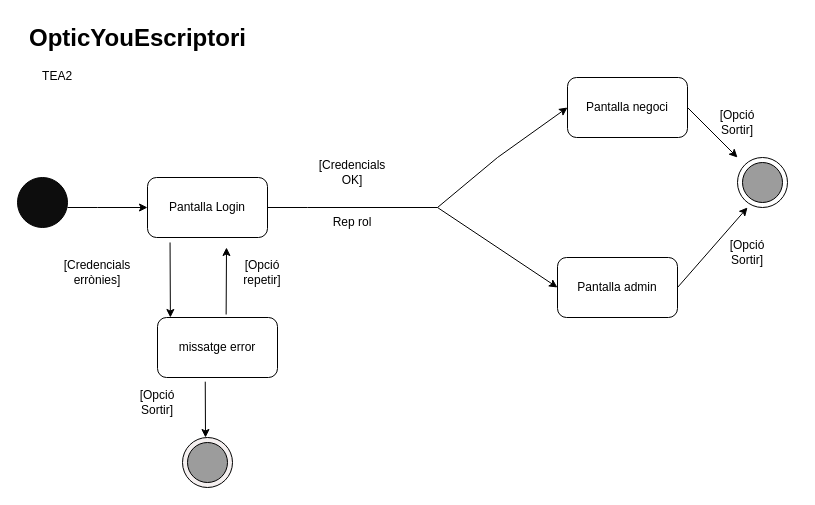
Earlier version of the draw.io diagram Untitled Diagram.drawio (ersmstr/EscriptoriOpticYou). Source tidied: cells renumbered, new cells numbered last; positions are measured from the earlier drawing's top-left corner, leaving out a move shared by most shapes. Both pictures are drawn from the tidied source at 100%, with x=0, y=0 at pixel (17, 17).
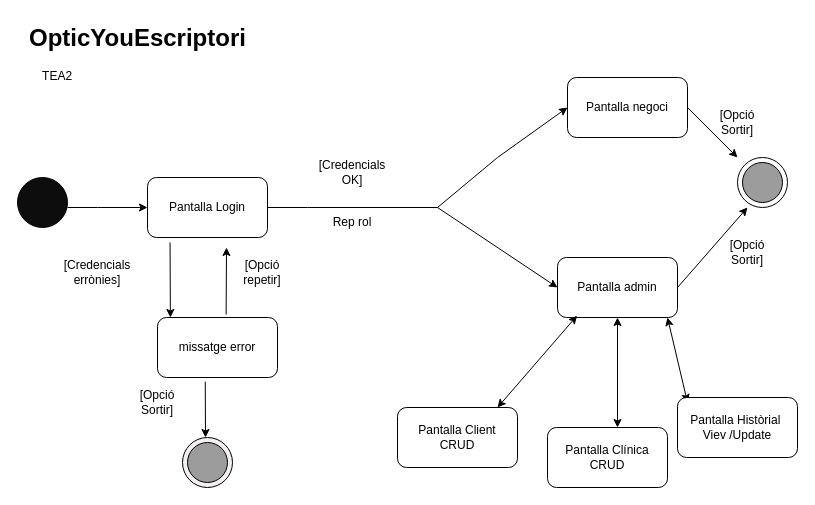
After the change.

The change refers to these unchanged cells:
```xml
<mxCell id="20" value="Pantalla admin" style="rounded=1;whiteSpace=wrap;html=1;" parent="1" vertex="1">
  <mxGeometry x="540" y="240" width="120" height="60" as="geometry" />
</mxCell>
```

What changed in the source:
```diff
@@
+    <mxCell id="28" style="endArrow=classic;startArrow=classic;html=1;rounded=0;entryX=0.163;entryY=0.97;entryDx=0;entryDy=0;entryPerimeter=0;" parent="1" edge="1" target="20">
+      <mxGeometry relative="1" as="geometry">
+        <mxPoint x="480" y="390" as="sourcePoint" />
+      </mxGeometry>
+    </mxCell>
+    <mxCell id="29" style="endArrow=classic;startArrow=classic;html=1;rounded=0;exitX=0.5;exitY=1;exitDx=0;exitDy=0;" parent="1" edge="1" source="20">
+      <mxGeometry relative="1" as="geometry">
+        <mxPoint x="600" y="410" as="targetPoint" />
+      </mxGeometry>
+    </mxCell>
+    <mxCell id="30" style="endArrow=classic;startArrow=classic;html=1;rounded=0;" parent="1" edge="1">
+      <mxGeometry relative="1" as="geometry">
+        <mxPoint x="670" y="385" as="sourcePoint" />
+        <mxPoint x="650" y="300" as="targetPoint" />
+      </mxGeometry>
+    </mxCell>
+    <mxCell id="31" value="Pantalla Client&lt;div&gt;CRUD&lt;/div&gt;" style="rounded=1;whiteSpace=wrap;html=1;" parent="1" vertex="1">
+      <mxGeometry x="380" y="390" width="120" height="60" as="geometry" />
+    </mxCell>
+    <mxCell id="32" value="Pantalla Clínica CRUD" style="rounded=1;whiteSpace=wrap;html=1;" parent="1" vertex="1">
+      <mxGeometry x="530" y="410" width="120" height="60" as="geometry" />
+    </mxCell>
+    <mxCell id="33" value="Pantalla Històrial&amp;nbsp;&lt;div&gt;Viev /Update&lt;/div&gt;" style="rounded=1;whiteSpace=wrap;html=1;" parent="1" vertex="1">
+      <mxGeometry x="660" y="380" width="120" height="60" as="geometry" />
+    </mxCell>
```
